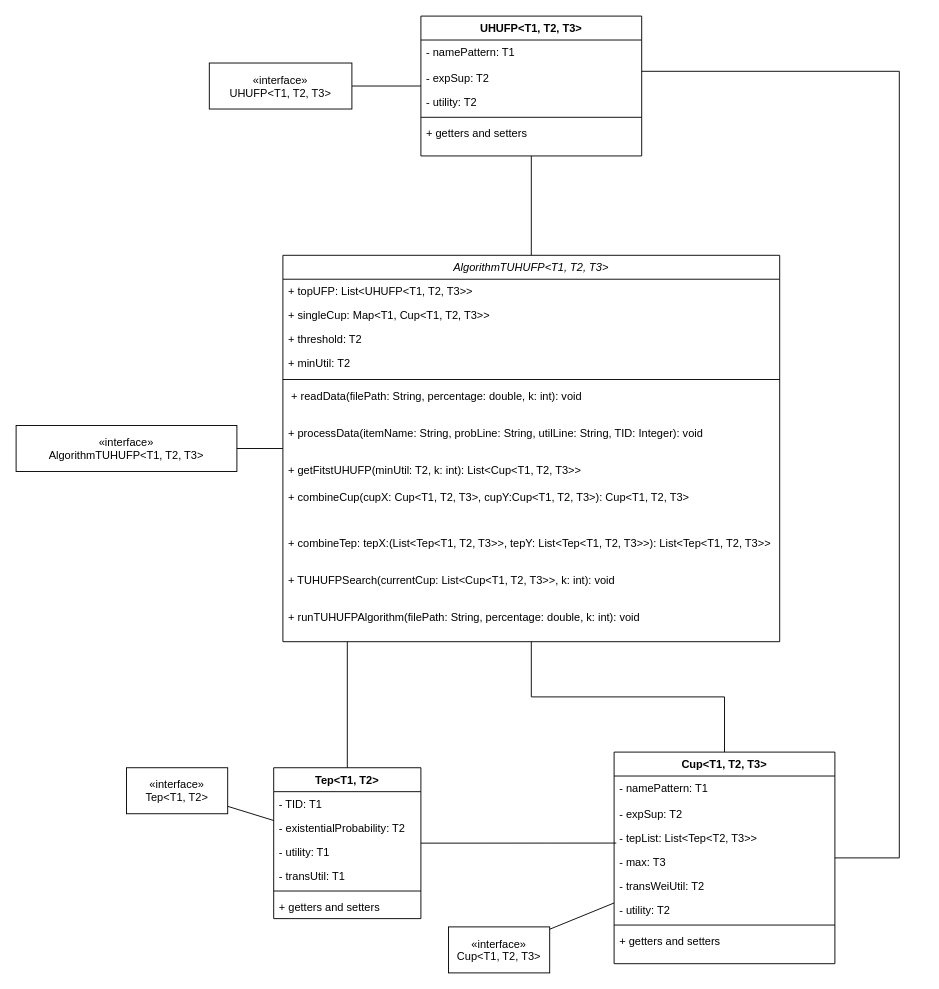
Before: others/ClassDiagram.drawio in huynhphucnguyen/CDNC1_Mining-top-k-high-utility-frequent-itemsets-from-uncertain-databases, a draw.io diagram. Source tidied: cells renumbered, new cells numbered last; positions are measured from the earlier drawing's top-left corner, leaving out a move shared by most shapes. Both pictures are drawn from the tidied source at 92%, with x=0, y=0 at pixel (16, 16).
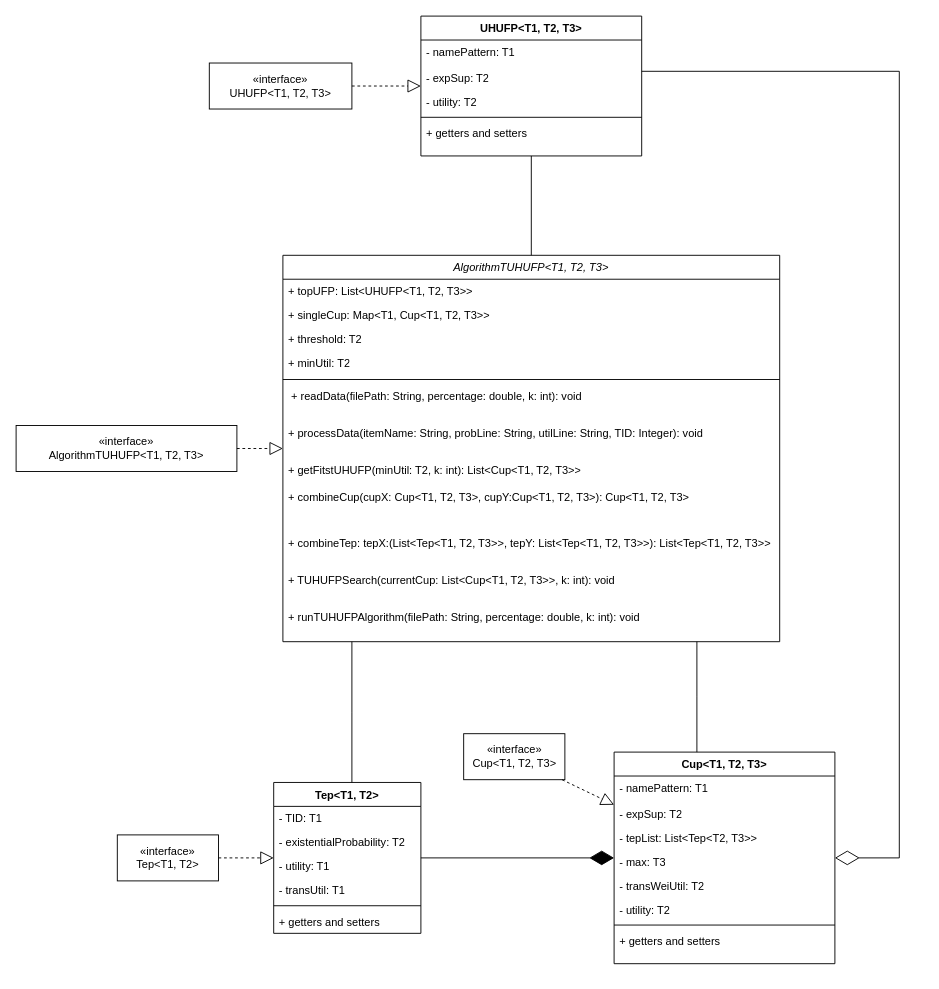
Above is the later version.

Diff of the diagram source:
```diff
@@
-    <mxCell id="2" value="AlgorithmTUHUFP&lt;T1, T2, T3&gt;" style="swimlane;fontStyle=2;align=center;verticalAlign=top;horizontal=1;startSize=26;rounded=0;shadow=0;strokeWidth=1;" parent="1" vertex="1">
+    <mxCell id="2" value="AlgorithmTUHUFP&amp;lt;T1, T2, T3&amp;gt;" style="swimlane;fontStyle=2;align=center;verticalAlign=top;horizontal=1;startSize=26;rounded=0;shadow=0;strokeWidth=1;whiteSpace=wrap;html=1;" parent="1" vertex="1">
       <mxGeometry x="290" y="260" width="540" height="420" as="geometry" />
     </mxCell>
-    <mxCell id="3" value="+ topUFP: List&lt;UHUFP&lt;T1, T2, T3&gt;&gt;" style="text;align=left;verticalAlign=top;spacingLeft=4;spacingRight=4;overflow=hidden;" parent="2" vertex="1">
+    <mxCell id="3" value="+ topUFP: List&amp;lt;UHUFP&amp;lt;T1, T2, T3&amp;gt;&amp;gt;" style="text;align=left;verticalAlign=top;spacingLeft=4;spacingRight=4;overflow=hidden;whiteSpace=wrap;html=1;" parent="2" vertex="1">
       <mxGeometry y="26" width="540" height="26" as="geometry" />
     </mxCell>
-    <mxCell id="4" value="+ singleCup: Map&lt;T1, Cup&lt;T1, T2, T3&gt;&gt;" style="text;align=left;verticalAlign=top;spacingLeft=4;spacingRight=4;overflow=hidden;rounded=0;shadow=0;html=0;" parent="2" vertex="1">
+    <mxCell id="4" value="+ singleCup: Map&amp;lt;T1, Cup&amp;lt;T1, T2, T3&amp;gt;&amp;gt;" style="text;align=left;verticalAlign=top;spacingLeft=4;spacingRight=4;overflow=hidden;rounded=0;shadow=0;html=1;whiteSpace=wrap;" parent="2" vertex="1">
       <mxGeometry y="52" width="540" height="26" as="geometry" />
     </mxCell>
-    <mxCell id="5" value="+ threshold: T2" style="text;align=left;verticalAlign=top;spacingLeft=4;spacingRight=4;overflow=hidden;rounded=0;shadow=0;html=0;" parent="2" vertex="1">
+    <mxCell id="5" value="+ threshold: T2" style="text;align=left;verticalAlign=top;spacingLeft=4;spacingRight=4;overflow=hidden;rounded=0;shadow=0;html=1;whiteSpace=wrap;" parent="2" vertex="1">
       <mxGeometry y="78" width="540" height="26" as="geometry" />
     </mxCell>
-    <mxCell id="6" value="+ minUtil: T2" style="text;align=left;verticalAlign=top;spacingLeft=4;spacingRight=4;overflow=hidden;rounded=0;shadow=0;html=0;" parent="2" vertex="1">
+    <mxCell id="6" value="+ minUtil: T2" style="text;align=left;verticalAlign=top;spacingLeft=4;spacingRight=4;overflow=hidden;rounded=0;shadow=0;html=1;whiteSpace=wrap;" parent="2" vertex="1">
       <mxGeometry y="104" width="540" height="26" as="geometry" />
     </mxCell>
-    <mxCell id="7" style="line;html=1;strokeWidth=1;align=left;verticalAlign=middle;spacingTop=-1;spacingLeft=3;spacingRight=3;labelPosition=right;" parent="2" vertex="1">
+    <mxCell id="7" style="line;html=1;strokeWidth=1;align=left;verticalAlign=middle;spacingTop=-1;spacingLeft=3;spacingRight=3;labelPosition=right;whiteSpace=wrap;" parent="2" vertex="1">
       <mxGeometry y="130" width="540" height="10" as="geometry" />
     </mxCell>
-    <mxCell id="8" value=" + readData(filePath: String, percentage: double, k: int): void" style="text;strokeColor=none;fillColor=none;align=left;verticalAlign=top;spacingLeft=4;spacingRight=4;overflow=hidden;" parent="2" vertex="1">
+    <mxCell id="8" value=" + readData(filePath: String, percentage: double, k: int): void" style="text;strokeColor=none;fillColor=none;align=left;verticalAlign=top;spacingLeft=4;spacingRight=4;overflow=hidden;whiteSpace=wrap;html=1;" parent="2" vertex="1">
       <mxGeometry y="140" width="540" height="40" as="geometry" />
     </mxCell>
-    <mxCell id="9" value="+ processData(itemName: String, probLine: String, utilLine: String, TID: Integer): void" style="text;strokeColor=none;fillColor=none;align=left;verticalAlign=top;spacingLeft=4;spacingRight=4;overflow=hidden;whiteSpace=wrap;" parent="2" vertex="1">
+    <mxCell id="9" value="+ processData(itemName: String, probLine: String, utilLine: String, TID: Integer): void" style="text;strokeColor=none;fillColor=none;align=left;verticalAlign=top;spacingLeft=4;spacingRight=4;overflow=hidden;whiteSpace=wrap;html=1;" parent="2" vertex="1">
       <mxGeometry y="180" width="540" height="40" as="geometry" />
     </mxCell>
-    <mxCell id="10" value="+ getFitstUHUFP(minUtil: T2, k: int): List&lt;Cup&lt;T1, T2, T3&gt;&gt;" style="text;strokeColor=none;fillColor=none;align=left;verticalAlign=top;spacingLeft=4;spacingRight=4;overflow=hidden;" parent="2" vertex="1">
+    <mxCell id="10" value="+ getFitstUHUFP(minUtil: T2, k: int): List&amp;lt;Cup&amp;lt;T1, T2, T3&amp;gt;&amp;gt;" style="text;strokeColor=none;fillColor=none;align=left;verticalAlign=top;spacingLeft=4;spacingRight=4;overflow=hidden;whiteSpace=wrap;html=1;" parent="2" vertex="1">
       <mxGeometry y="220" width="540" height="30" as="geometry" />
     </mxCell>
-    <mxCell id="11" value="+ combineCup(cupX: Cup&lt;T1, T2, T3&gt;, cupY:Cup&lt;T1, T2, T3&gt;): Cup&lt;T1, T2, T3&gt;" style="text;strokeColor=none;fillColor=none;align=left;verticalAlign=top;spacingLeft=4;spacingRight=4;overflow=hidden;whiteSpace=wrap;" parent="2" vertex="1">
+    <mxCell id="11" value="+ combineCup(cupX: Cup&amp;lt;T1, T2, T3&amp;gt;, cupY:Cup&amp;lt;T1, T2, T3&amp;gt;): Cup&amp;lt;T1, T2, T3&amp;gt;" style="text;strokeColor=none;fillColor=none;align=left;verticalAlign=top;spacingLeft=4;spacingRight=4;overflow=hidden;whiteSpace=wrap;html=1;" parent="2" vertex="1">
       <mxGeometry y="250" width="540" height="50" as="geometry" />
     </mxCell>
-    <mxCell id="12" value="+ combineTep: tepX:(List&lt;Tep&lt;T1, T2, T3&gt;&gt;, tepY: List&lt;Tep&lt;T1, T2, T3&gt;&gt;): List&lt;Tep&lt;T1, T2, T3&gt;&gt;" style="text;strokeColor=none;fillColor=none;align=left;verticalAlign=top;spacingLeft=4;spacingRight=4;overflow=hidden;whiteSpace=wrap;" parent="2" vertex="1">
+    <mxCell id="12" value="+ combineTep: tepX:(List&amp;lt;Tep&amp;lt;T1, T2, T3&amp;gt;&amp;gt;, tepY: List&amp;lt;Tep&amp;lt;T1, T2, T3&amp;gt;&amp;gt;): List&amp;lt;Tep&amp;lt;T1, T2, T3&amp;gt;&amp;gt;" style="text;strokeColor=none;fillColor=none;align=left;verticalAlign=top;spacingLeft=4;spacingRight=4;overflow=hidden;whiteSpace=wrap;html=1;" parent="2" vertex="1">
       <mxGeometry y="300" width="540" height="40" as="geometry" />
     </mxCell>
-    <mxCell id="13" value="+ TUHUFPSearch(currentCup: List&lt;Cup&lt;T1, T2, T3&gt;&gt;, k: int): void" style="text;strokeColor=none;fillColor=none;align=left;verticalAlign=top;spacingLeft=4;spacingRight=4;overflow=hidden;whiteSpace=wrap;" parent="2" vertex="1">
+    <mxCell id="13" value="+ TUHUFPSearch(currentCup: List&amp;lt;Cup&amp;lt;T1, T2, T3&amp;gt;&amp;gt;, k: int): void" style="text;strokeColor=none;fillColor=none;align=left;verticalAlign=top;spacingLeft=4;spacingRight=4;overflow=hidden;whiteSpace=wrap;html=1;" parent="2" vertex="1">
       <mxGeometry y="340" width="540" height="40" as="geometry" />
     </mxCell>
-    <mxCell id="14" value="+ runTUHUFPAlgorithm(filePath: String, percentage: double, k: int): void" style="text;strokeColor=none;fillColor=none;align=left;verticalAlign=top;spacingLeft=4;spacingRight=4;overflow=hidden;whiteSpace=wrap;" parent="2" vertex="1">
+    <mxCell id="14" value="+ runTUHUFPAlgorithm(filePath: String, percentage: double, k: int): void" style="text;strokeColor=none;fillColor=none;align=left;verticalAlign=top;spacingLeft=4;spacingRight=4;overflow=hidden;whiteSpace=wrap;html=1;" parent="2" vertex="1">
       <mxGeometry y="380" width="540" height="40" as="geometry" />
     </mxCell>
-    <mxCell id="15" value="Cup&lt;T1, T2, T3&gt;" style="swimlane;fontStyle=1;align=center;verticalAlign=top;horizontal=1;startSize=26;" parent="1" vertex="1">
+    <mxCell id="15" value="Cup&amp;lt;T1, T2, T3&amp;gt;" style="swimlane;fontStyle=1;align=center;verticalAlign=top;horizontal=1;startSize=26;whiteSpace=wrap;html=1;" parent="1" vertex="1">
       <mxGeometry x="650" y="800" width="240" height="230" as="geometry" />
     </mxCell>
-    <mxCell id="16" value="- namePattern: T1" style="text;strokeColor=none;fillColor=none;align=left;verticalAlign=top;spacingLeft=4;spacingRight=4;overflow=hidden;" parent="15" vertex="1">
+    <mxCell id="16" value="- namePattern: T1" style="text;strokeColor=none;fillColor=none;align=left;verticalAlign=top;spacingLeft=4;spacingRight=4;overflow=hidden;whiteSpace=wrap;html=1;" parent="15" vertex="1">
       <mxGeometry y="26" width="240" height="28" as="geometry" />
     </mxCell>
-    <mxCell id="17" value="- expSup: T2" style="text;strokeColor=none;fillColor=none;align=left;verticalAlign=top;spacingLeft=4;spacingRight=4;overflow=hidden;" parent="15" vertex="1">
+    <mxCell id="17" value="- expSup: T2" style="text;strokeColor=none;fillColor=none;align=left;verticalAlign=top;spacingLeft=4;spacingRight=4;overflow=hidden;whiteSpace=wrap;html=1;" parent="15" vertex="1">
       <mxGeometry y="54" width="240" height="26" as="geometry" />
     </mxCell>
-    <mxCell id="18" value="- tepList: List&lt;Tep&lt;T2, T3&gt;&gt;" style="text;strokeColor=none;fillColor=none;align=left;verticalAlign=top;spacingLeft=4;spacingRight=4;overflow=hidden;points=[[0,0.5],[1,0.5]];portConstraint=eastwest;" parent="15" vertex="1">
+    <mxCell id="18" value="- tepList: List&amp;lt;Tep&amp;lt;T2, T3&amp;gt;&amp;gt;" style="text;strokeColor=none;fillColor=none;align=left;verticalAlign=top;spacingLeft=4;spacingRight=4;overflow=hidden;points=[[0,0.5],[1,0.5]];portConstraint=eastwest;whiteSpace=wrap;html=1;" parent="15" vertex="1">
       <mxGeometry y="80" width="240" height="26" as="geometry" />
     </mxCell>
-    <mxCell id="19" value="- max: T3" style="text;strokeColor=none;fillColor=none;align=left;verticalAlign=top;spacingLeft=4;spacingRight=4;overflow=hidden;" parent="15" vertex="1">
+    <mxCell id="19" value="- max: T3" style="text;strokeColor=none;fillColor=none;align=left;verticalAlign=top;spacingLeft=4;spacingRight=4;overflow=hidden;whiteSpace=wrap;html=1;" parent="15" vertex="1">
       <mxGeometry y="106" width="240" height="26" as="geometry" />
     </mxCell>
-    <mxCell id="20" value="- transWeiUtil: T2" style="text;strokeColor=none;fillColor=none;align=left;verticalAlign=top;spacingLeft=4;spacingRight=4;overflow=hidden;" parent="15" vertex="1">
+    <mxCell id="20" value="- transWeiUtil: T2" style="text;strokeColor=none;fillColor=none;align=left;verticalAlign=top;spacingLeft=4;spacingRight=4;overflow=hidden;whiteSpace=wrap;html=1;" parent="15" vertex="1">
       <mxGeometry y="132" width="240" height="26" as="geometry" />
     </mxCell>
-    <mxCell id="21" value="- utility: T2" style="text;strokeColor=none;fillColor=none;align=left;verticalAlign=top;spacingLeft=4;spacingRight=4;overflow=hidden;" parent="15" vertex="1">
+    <mxCell id="21" value="- utility: T2" style="text;strokeColor=none;fillColor=none;align=left;verticalAlign=top;spacingLeft=4;spacingRight=4;overflow=hidden;whiteSpace=wrap;html=1;" parent="15" vertex="1">
       <mxGeometry y="158" width="240" height="26" as="geometry" />
     </mxCell>
-    <mxCell id="22" style="line;strokeWidth=1;fillColor=none;align=left;verticalAlign=middle;spacingTop=-1;spacingLeft=3;spacingRight=3;labelPosition=right;strokeColor=inherit;" parent="15" vertex="1">
+    <mxCell id="22" style="line;strokeWidth=1;fillColor=none;align=left;verticalAlign=middle;spacingTop=-1;spacingLeft=3;spacingRight=3;labelPosition=right;strokeColor=inherit;whiteSpace=wrap;html=1;" parent="15" vertex="1">
       <mxGeometry y="184" width="240" height="8" as="geometry" />
     </mxCell>
-    <mxCell id="23" value="+ getters and setters" style="text;strokeColor=none;fillColor=none;align=left;verticalAlign=top;spacingLeft=4;spacingRight=4;overflow=hidden;" parent="15" vertex="1">
+    <mxCell id="23" value="+ getters and setters" style="text;strokeColor=none;fillColor=none;align=left;verticalAlign=top;spacingLeft=4;spacingRight=4;overflow=hidden;whiteSpace=wrap;html=1;" parent="15" vertex="1">
       <mxGeometry y="192" width="240" height="38" as="geometry" />
     </mxCell>
-    <mxCell id="24" value="Tep&lt;T1, T2&gt;" style="swimlane;fontStyle=1;align=center;verticalAlign=top;horizontal=1;startSize=26;" parent="1" vertex="1">
-      <mxGeometry x="280" y="817" width="160" height="164" as="geometry" />
+    <mxCell id="24" value="Tep&amp;lt;T1, T2&amp;gt;" style="swimlane;fontStyle=1;align=center;verticalAlign=top;horizontal=1;startSize=26;whiteSpace=wrap;html=1;" parent="1" vertex="1">
+      <mxGeometry x="280" y="833" width="160" height="164" as="geometry" />
     </mxCell>
-    <mxCell id="25" value="- TID: T1" style="text;strokeColor=none;fillColor=none;align=left;verticalAlign=top;spacingLeft=4;spacingRight=4;overflow=hidden;" parent="24" vertex="1">
+    <mxCell id="25" value="- TID: T1" style="text;strokeColor=none;fillColor=none;align=left;verticalAlign=top;spacingLeft=4;spacingRight=4;overflow=hidden;whiteSpace=wrap;html=1;" parent="24" vertex="1">
       <mxGeometry y="26" width="160" height="26" as="geometry" />
     </mxCell>
-    <mxCell id="26" value="- existentialProbability: T2" style="text;strokeColor=none;fillColor=none;align=left;verticalAlign=top;spacingLeft=4;spacingRight=4;overflow=hidden;" parent="24" vertex="1">
+    <mxCell id="26" value="- existentialProbability: T2" style="text;strokeColor=none;fillColor=none;align=left;verticalAlign=top;spacingLeft=4;spacingRight=4;overflow=hidden;whiteSpace=wrap;html=1;" parent="24" vertex="1">
       <mxGeometry y="52" width="160" height="26" as="geometry" />
     </mxCell>
-    <mxCell id="27" value="- utility: T1" style="text;strokeColor=none;fillColor=none;align=left;verticalAlign=top;spacingLeft=4;spacingRight=4;overflow=hidden;" parent="24" vertex="1">
+    <mxCell id="27" value="- utility: T1" style="text;strokeColor=none;fillColor=none;align=left;verticalAlign=top;spacingLeft=4;spacingRight=4;overflow=hidden;whiteSpace=wrap;html=1;" parent="24" vertex="1">
       <mxGeometry y="78" width="160" height="26" as="geometry" />
     </mxCell>
-    <mxCell id="28" value="- transUtil: T1" style="text;strokeColor=none;fillColor=none;align=left;verticalAlign=top;spacingLeft=4;spacingRight=4;overflow=hidden;" parent="24" vertex="1">
+    <mxCell id="28" value="- transUtil: T1" style="text;strokeColor=none;fillColor=none;align=left;verticalAlign=top;spacingLeft=4;spacingRight=4;overflow=hidden;whiteSpace=wrap;html=1;" parent="24" vertex="1">
       <mxGeometry y="104" width="160" height="26" as="geometry" />
     </mxCell>
-    <mxCell id="29" style="line;strokeWidth=1;fillColor=none;align=left;verticalAlign=middle;spacingTop=-1;spacingLeft=3;spacingRight=3;labelPosition=right;strokeColor=inherit;" parent="24" vertex="1">
+    <mxCell id="29" style="line;strokeWidth=1;fillColor=none;align=left;verticalAlign=middle;spacingTop=-1;spacingLeft=3;spacingRight=3;labelPosition=right;strokeColor=inherit;whiteSpace=wrap;html=1;" parent="24" vertex="1">
       <mxGeometry y="130" width="160" height="8" as="geometry" />
     </mxCell>
-    <mxCell id="30" value="+ getters and setters" style="text;strokeColor=none;fillColor=none;align=left;verticalAlign=top;spacingLeft=4;spacingRight=4;overflow=hidden;" parent="24" vertex="1">
+    <mxCell id="30" value="+ getters and setters" style="text;strokeColor=none;fillColor=none;align=left;verticalAlign=top;spacingLeft=4;spacingRight=4;overflow=hidden;whiteSpace=wrap;html=1;" parent="24" vertex="1">
       <mxGeometry y="138" width="160" height="26" as="geometry" />
     </mxCell>
-    <mxCell id="31" value="UHUFP&lt;T1, T2, T3&gt;" style="swimlane;fontStyle=1;align=center;verticalAlign=top;horizontal=1;startSize=26;" parent="1" vertex="1">
+    <mxCell id="31" value="UHUFP&amp;lt;T1, T2, T3&amp;gt;" style="swimlane;fontStyle=1;align=center;verticalAlign=top;horizontal=1;startSize=26;whiteSpace=wrap;html=1;" parent="1" vertex="1">
       <mxGeometry x="440" width="240" height="152" as="geometry" />
     </mxCell>
-    <mxCell id="32" value="- namePattern: T1" style="text;strokeColor=none;fillColor=none;align=left;verticalAlign=top;spacingLeft=4;spacingRight=4;overflow=hidden;" parent="31" vertex="1">
+    <mxCell id="32" value="- namePattern: T1" style="text;strokeColor=none;fillColor=none;align=left;verticalAlign=top;spacingLeft=4;spacingRight=4;overflow=hidden;whiteSpace=wrap;html=1;" parent="31" vertex="1">
       <mxGeometry y="26" width="240" height="28" as="geometry" />
     </mxCell>
-    <mxCell id="33" value="- expSup: T2" style="text;strokeColor=none;fillColor=none;align=left;verticalAlign=top;spacingLeft=4;spacingRight=4;overflow=hidden;" parent="31" vertex="1">
+    <mxCell id="33" value="- expSup: T2" style="text;strokeColor=none;fillColor=none;align=left;verticalAlign=top;spacingLeft=4;spacingRight=4;overflow=hidden;whiteSpace=wrap;html=1;" parent="31" vertex="1">
       <mxGeometry y="54" width="240" height="26" as="geometry" />
     </mxCell>
-    <mxCell id="34" value="- utility: T2" style="text;strokeColor=none;fillColor=none;align=left;verticalAlign=top;spacingLeft=4;spacingRight=4;overflow=hidden;" parent="31" vertex="1">
+    <mxCell id="34" value="- utility: T2" style="text;strokeColor=none;fillColor=none;align=left;verticalAlign=top;spacingLeft=4;spacingRight=4;overflow=hidden;whiteSpace=wrap;html=1;" parent="31" vertex="1">
       <mxGeometry y="80" width="240" height="26" as="geometry" />
     </mxCell>
-    <mxCell id="35" style="line;strokeWidth=1;fillColor=none;align=left;verticalAlign=middle;spacingTop=-1;spacingLeft=3;spacingRight=3;labelPosition=right;strokeColor=inherit;" parent="31" vertex="1">
+    <mxCell id="35" style="line;strokeWidth=1;fillColor=none;align=left;verticalAlign=middle;spacingTop=-1;spacingLeft=3;spacingRight=3;labelPosition=right;strokeColor=inherit;whiteSpace=wrap;html=1;" parent="31" vertex="1">
       <mxGeometry y="106" width="240" height="8" as="geometry" />
     </mxCell>
-    <mxCell id="36" value="+ getters and setters" style="text;strokeColor=none;fillColor=none;align=left;verticalAlign=top;spacingLeft=4;spacingRight=4;overflow=hidden;points=[[0,0.5],[1,0.5]];portConstraint=eastwest;" parent="31" vertex="1">
+    <mxCell id="36" value="+ getters and setters" style="text;strokeColor=none;fillColor=none;align=left;verticalAlign=top;spacingLeft=4;spacingRight=4;overflow=hidden;points=[[0,0.5],[1,0.5]];portConstraint=eastwest;whiteSpace=wrap;html=1;" parent="31" vertex="1">
       <mxGeometry y="114" width="240" height="38" as="geometry" />
     </mxCell>
-    <mxCell id="37" style="endArrow=none;html=1;rounded=0;entryX=0.01;entryY=0.726;entryDx=0;entryDy=0;entryPerimeter=0;" parent="1" edge="1" source="24" target="18">
-      <mxGeometry relative="1" as="geometry" />
-    </mxCell>
-    <mxCell id="38" style="endArrow=none;html=1;rounded=0;edgeStyle=orthogonalEdgeStyle;" parent="1" edge="1" source="2" target="15">
-      <mxGeometry relative="1" as="geometry" />
-    </mxCell>
-    <mxCell id="39" value="«interface»&#10;AlgorithmTUHUFP&lt;T1, T2, T3&gt;" parent="1" vertex="1">
+    <mxCell id="39" value="«interface»&lt;br&gt;AlgorithmTUHUFP&amp;lt;T1, T2, T3&amp;gt;" style="whiteSpace=wrap;html=1;" parent="1" vertex="1">
       <mxGeometry y="445" width="240" height="50" as="geometry" />
     </mxCell>
-    <mxCell id="40" value="«interface»&#10;Cup&lt;T1, T2, T3&gt;" parent="1" vertex="1">
-      <mxGeometry x="470" y="990" width="110" height="50" as="geometry" />
+    <mxCell id="40" value="«interface»&lt;br&gt;Cup&amp;lt;T1, T2, T3&amp;gt;" style="whiteSpace=wrap;html=1;" parent="1" vertex="1">
+      <mxGeometry x="486.5" y="780" width="110" height="50" as="geometry" />
     </mxCell>
-    <mxCell id="41" value="«interface»&#10;Tep&lt;T1, T2&gt;" parent="1" vertex="1">
-      <mxGeometry x="120" y="817" width="110" height="50" as="geometry" />
+    <mxCell id="41" value="«interface»&lt;br&gt;Tep&amp;lt;T1, T2&amp;gt;" style="whiteSpace=wrap;html=1;" parent="1" vertex="1">
+      <mxGeometry x="110" y="890" width="110" height="50" as="geometry" />
     </mxCell>
-    <mxCell id="42" value="«interface»&#10;UHUFP&lt;T1, T2, T3&gt;" parent="1" vertex="1">
+    <mxCell id="42" value="«interface»&lt;br&gt;UHUFP&amp;lt;T1, T2, T3&amp;gt;" style="whiteSpace=wrap;html=1;" parent="1" vertex="1">
       <mxGeometry x="210" y="51" width="155" height="50" as="geometry" />
     </mxCell>
-    <mxCell id="43" style="endArrow=none;rounded=0;" parent="1" edge="1" source="31" target="42">
-      <mxGeometry relative="1" as="geometry" />
-    </mxCell>
-    <mxCell id="44" style="endArrow=none;html=1;rounded=0;" parent="1" edge="1" source="2" target="39">
-      <mxGeometry relative="1" as="geometry" />
-    </mxCell>
-    <mxCell id="45" style="endArrow=none;rounded=0;" parent="1" edge="1" source="15" target="40">
-      <mxGeometry relative="1" as="geometry" />
-    </mxCell>
-    <mxCell id="46" style="endArrow=none;rounded=0;" parent="1" edge="1" source="41" target="24">
-      <mxGeometry relative="1" as="geometry" />
-    </mxCell>
-    <mxCell id="47" style="endArrow=none;html=1;rounded=0;" parent="1" edge="1" source="2" target="36">
+    <mxCell id="47" style="endArrow=none;html=1;rounded=0;strokeColor=default;" parent="1" edge="1" source="2" target="36">
       <mxGeometry relative="1" as="geometry" />
     </mxCell>
-    <mxCell id="48" style="endArrow=none;html=1;rounded=0;edgeStyle=orthogonalEdgeStyle;" parent="1" edge="1" source="15" target="31">
+    <mxCell id="48" style="endArrow=none;html=1;rounded=0;edgeStyle=orthogonalEdgeStyle;endFill=0;strokeWidth=1;endSize=24;startArrow=diamondThin;startFill=0;startSize=24;" parent="1" edge="1" source="15" target="31">
       <mxGeometry relative="1" as="geometry">
         <Array as="points">
           <mxPoint x="960" y="915" />
           <mxPoint x="960" y="60" />
         </Array>
       </mxGeometry>
     </mxCell>
-    <mxCell id="49" style="endArrow=none;html=1;rounded=0;" parent="1" edge="1" target="24">
-      <mxGeometry relative="1" as="geometry">
-        <mxPoint x="360" y="680" as="sourcePoint" />
-      </mxGeometry>
-    </mxCell>
+    <mxCell id="50" style="endArrow=block;dashed=1;endFill=0;endSize=12;html=1;rounded=0;" parent="1" edge="1" source="42" target="31">
+      <mxGeometry relative="1" as="geometry" />
+    </mxCell>
+    <mxCell id="51" style="endArrow=block;dashed=1;endFill=0;endSize=12;html=1;rounded=0;" parent="1" edge="1" source="39" target="2">
+      <mxGeometry relative="1" as="geometry" />
+    </mxCell>
+    <mxCell id="46" style="endArrow=block;dashed=1;endFill=0;endSize=12;html=1;rounded=0;" parent="1" edge="1" source="41" target="24">
+      <mxGeometry relative="1" as="geometry" />
+    </mxCell>
+    <mxCell id="52" style="endArrow=block;dashed=1;endFill=0;endSize=12;html=1;rounded=0;" parent="1" edge="1" source="40" target="15">
+      <mxGeometry relative="1" as="geometry" />
+    </mxCell>
+    <mxCell id="53" style="endArrow=diamondThin;endFill=1;endSize=24;html=1;rounded=0;" parent="1" edge="1" source="24" target="15">
+      <mxGeometry relative="1" as="geometry" />
+    </mxCell>
+    <mxCell id="54" style="endArrow=none;endFill=0;html=1;rounded=0;edgeStyle=elbowEdgeStyle;" parent="1" edge="1" source="24" target="2">
+      <mxGeometry relative="1" as="geometry" />
+    </mxCell>
+    <mxCell id="55" style="endArrow=none;endFill=0;endSize=24;html=1;rounded=0;edgeStyle=elbowEdgeStyle;" parent="1" edge="1" source="15" target="2">
+      <mxGeometry relative="1" as="geometry" />
+    </mxCell>
```
